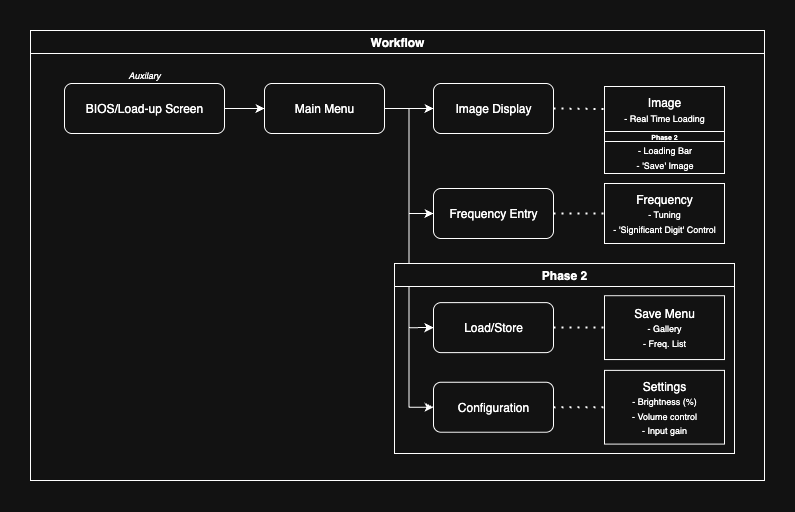
Before: diagrams/SSTV Menu UI Workflow.png, a diagram exported from draw.io (PurdueECE-362-SSTV-Project/SSTV-Docs). Source tidied: cells renumbered, new cells last; positions are measured from the earlier drawing's top-left corner, leaving out a move shared by most shapes.
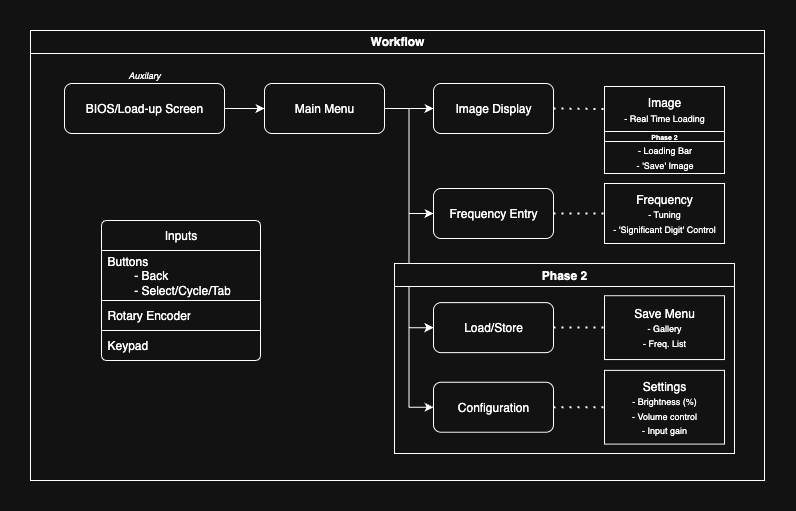
After the commit.

Commit message:
Full Implementation

The edit, as a diff of the source:
```diff
@@ -74,5 +74,17 @@
     <mxCell id="25" value="Workflow" style="swimlane;whiteSpace=wrap;html=1;" parent="1" vertex="1">
       <mxGeometry width="734" height="450" as="geometry" />
     </mxCell>
+    <mxCell id="26" value="Inputs" style="swimlane;fontStyle=0;horizontal=1;startSize=30;whiteSpace=wrap;html=1;rounded=1;arcSize=6;" parent="1" vertex="1">
+      <mxGeometry x="71" y="190" width="159" height="140" as="geometry" />
+    </mxCell>
+    <mxCell id="27" value="Buttons&lt;div&gt;&lt;span style=&quot;white-space: pre;&quot;&gt;&#9;&lt;/span&gt;- Back&lt;/div&gt;&lt;div&gt;&lt;span style=&quot;white-space: pre;&quot;&gt;&#9;&lt;/span&gt;- Select/Cycle/Tab&lt;/div&gt;" style="text;strokeColor=default;fillColor=none;align=left;verticalAlign=middle;spacingLeft=4;spacingRight=4;overflow=hidden;whiteSpace=wrap;html=1;shadow=0;" parent="26" vertex="1">
+      <mxGeometry y="30" width="159" height="50" as="geometry" />
+    </mxCell>
+    <mxCell id="28" value="Rotary Encoder" style="text;strokeColor=default;fillColor=none;align=left;verticalAlign=middle;spacingLeft=4;spacingRight=4;overflow=hidden;whiteSpace=wrap;html=1;" parent="26" vertex="1">
+      <mxGeometry y="80" width="159" height="30" as="geometry" />
+    </mxCell>
+    <mxCell id="29" value="Keypad" style="text;strokeColor=none;fillColor=none;align=left;verticalAlign=middle;spacingLeft=4;spacingRight=4;overflow=hidden;whiteSpace=wrap;html=1;" parent="26" vertex="1">
+      <mxGeometry y="110" width="159" height="30" as="geometry" />
+    </mxCell>
   </root>
 </mxGraphModel>
```
